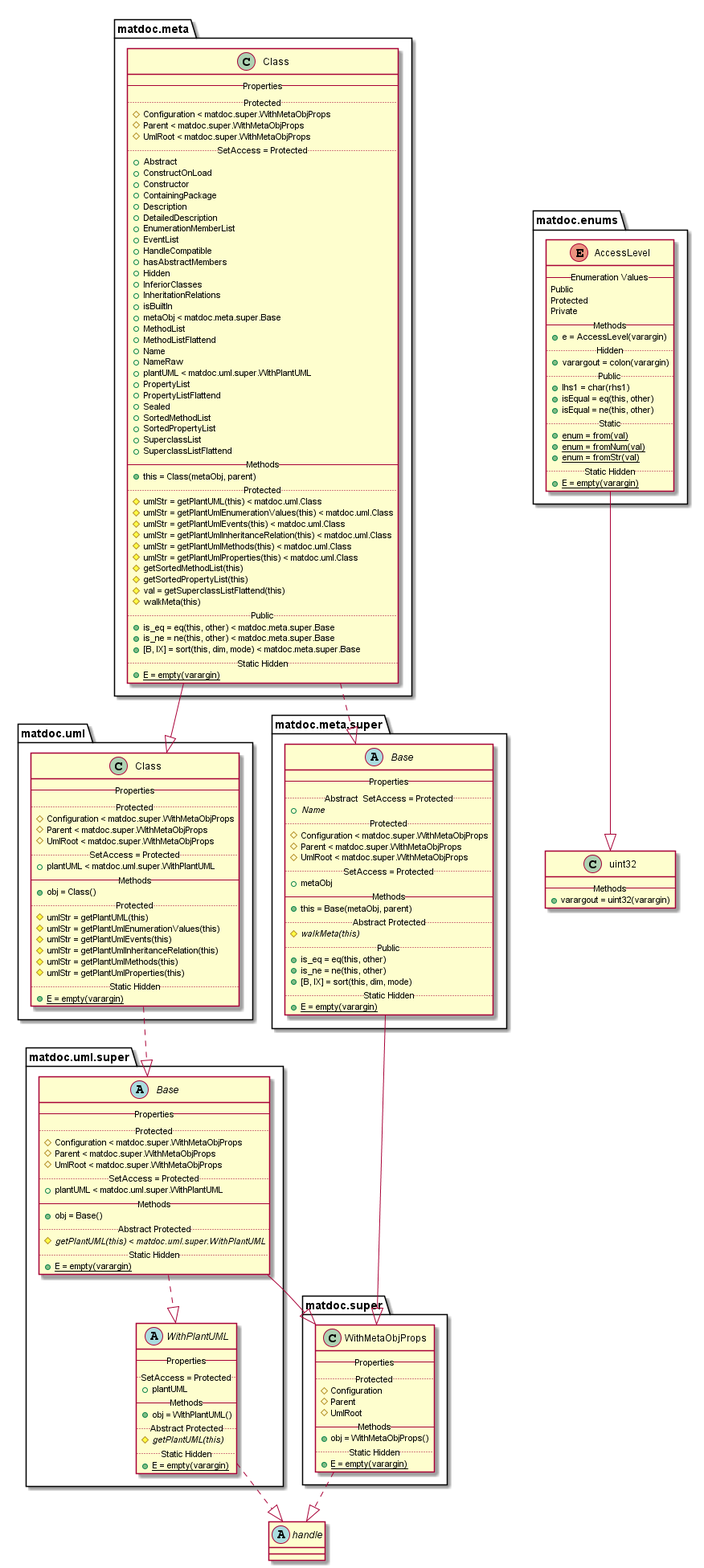
flxdot/matdoc keeps this PlantUML diagram as doc/uml-examples/export-class-HideEvents-true.png. Above is the earlier version.
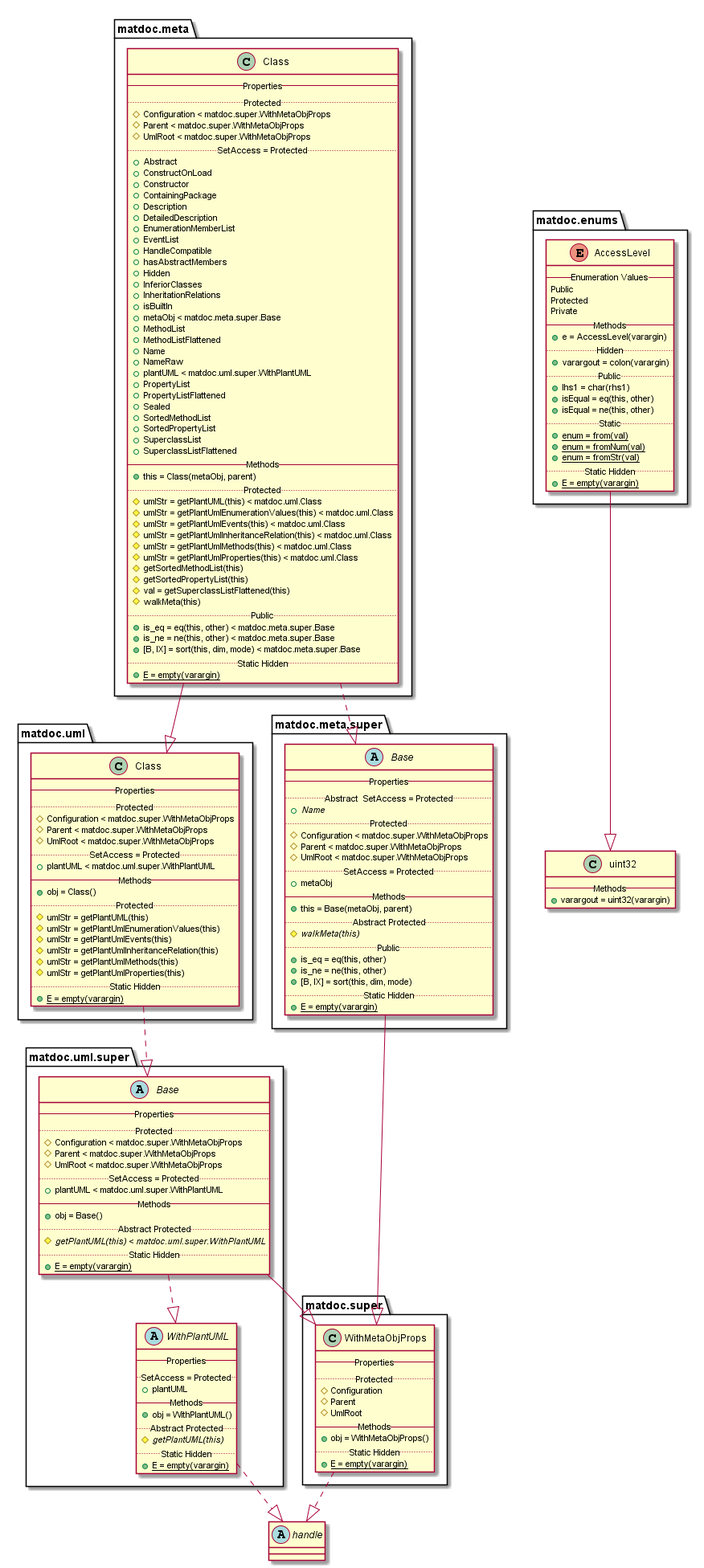
The same diagram one commit later.

The edit, as a diff of the source:
```diff
@@ -50,17 +50,17 @@
    {field} + isBuiltIn
    {field} + metaObj < matdoc.meta.super.Base
    {field} + MethodList
-   {field} + MethodListFlattend
+   {field} + MethodListFlattened
    {field} + Name
    {field} + NameRaw
    {field} + plantUML < matdoc.uml.super.WithPlantUML
    {field} + PropertyList
-   {field} + PropertyListFlattend
+   {field} + PropertyListFlattened
    {field} + Sealed
    {field} + SortedMethodList
    {field} + SortedPropertyList
    {field} + SuperclassList
-   {field} + SuperclassListFlattend
+   {field} + SuperclassListFlattened
    -- Methods --
    {method} + this = Class(metaObj, parent)
    .. Protected ..
@@ -72,7 +72,7 @@
    {method} # umlStr = getPlantUmlProperties(this) < matdoc.uml.Class
    {method} # getSortedMethodList(this)
    {method} # getSortedPropertyList(this)
-   {method} # val = getSuperclassListFlattend(this)
+   {method} # val = getSuperclassListFlattened(this)
    {method} # walkMeta(this)
    .. Public ..
    {method} + is_eq = eq(this, other) < matdoc.meta.super.Base
```
